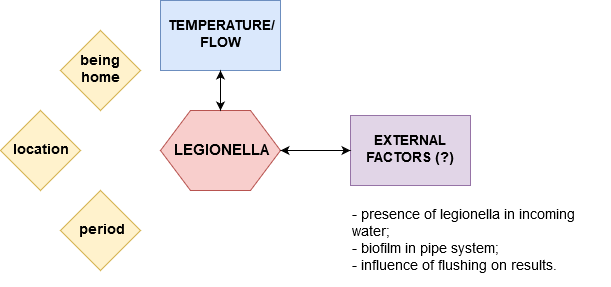
esquire900/team-water keeps this draw.io diagram as presentatie/legionella.png. Above is the earlier version. Source tidied: cells renumbered, new cells last; positions are measured from the earlier drawing's top-left corner, leaving out a move shared by most shapes.
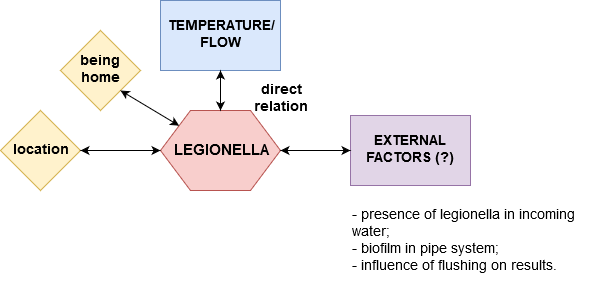
After the change.

What changed in the source:
```diff
@@ -26,8 +26,14 @@
     <mxCell id="9" value="location" style="rhombus;whiteSpace=wrap;html=1;fontSize=14;fontStyle=1;fillColor=#fff2cc;strokeColor=#d6b656;" parent="1" vertex="1">
       <mxGeometry y="110" width="80" height="80" as="geometry" />
     </mxCell>
-    <mxCell id="10" value="period" style="rhombus;whiteSpace=wrap;html=1;fillColor=#fff2cc;strokeColor=#d6b656;fontStyle=1;fontSize=14;" parent="1" vertex="1">
-      <mxGeometry x="60" y="190" width="80" height="80" as="geometry" />
-    </mxCell>
+    <mxCell id="11" style="endArrow=classic;startArrow=classic;html=1;fontSize=14;entryX=1;entryY=1;entryDx=0;entryDy=0;" parent="1" edge="1" source="2" target="8">
+      <mxGeometry relative="1" as="geometry" />
+    </mxCell>
+    <mxCell id="12" style="endArrow=classic;startArrow=classic;html=1;fontSize=14;entryX=1;entryY=0.5;entryDx=0;entryDy=0;exitX=0;exitY=0.5;exitDx=0;exitDy=0;" parent="1" edge="1" source="2" target="9">
+      <mxGeometry relative="1" as="geometry" />
+    </mxCell>
+    <mxCell id="13" value="direct relation" style="text;html=1;strokeColor=none;fillColor=none;align=center;verticalAlign=middle;whiteSpace=wrap;rounded=0;fontSize=14;fontStyle=1;" parent="1" vertex="1">
+      <mxGeometry x="220" y="80" width="120" height="20" as="geometry" />
+    </mxCell>
   </root>
 </mxGraphModel>
```
